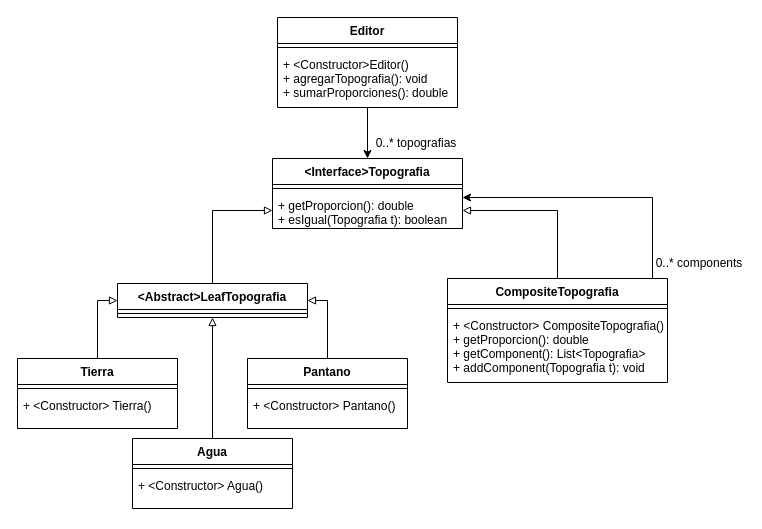
joakospinelli/oo2 keeps this draw.io diagram as page "Page-1" (1 of 3) of Practica/uml/practica_2/uml.drawio. Above is the earlier version. Source tidied: cells renumbered, new cells numbered last; positions are measured from the earlier drawing's top-left corner, leaving out a move shared by most shapes. Both pictures are drawn from the tidied source at 100%, with x=0, y=0 at pixel (17, 17).
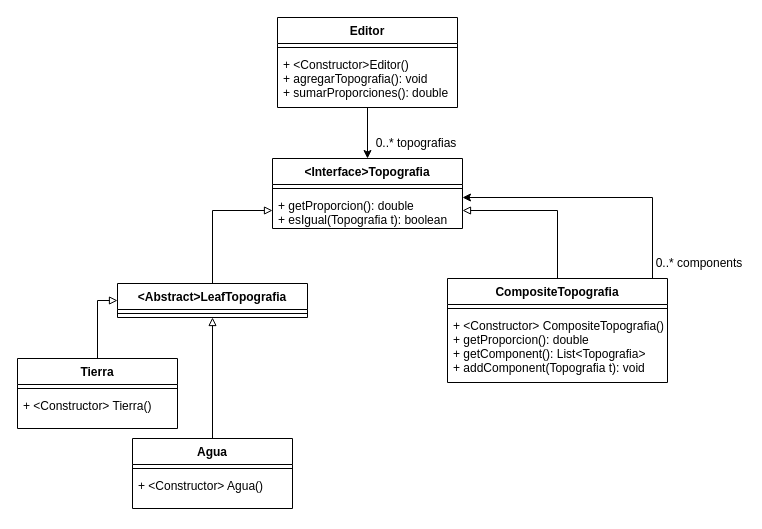
The same diagram, later.

Unchanged cells that the change refers to:
```xml
<mxCell id="11" value="&lt;Abstract&gt;LeafTopografia" style="swimlane;fontStyle=1;align=center;verticalAlign=top;horizontal=1;startSize=26;" parent="1" vertex="1">
  <mxGeometry x="100" y="266" width="190" height="34" as="geometry" />
</mxCell>
```

Change to the diagram source:
```diff
@@
-    <mxCell id="27" style="edgeStyle=orthogonalEdgeStyle;rounded=0;jettySize=auto;html=1;entryX=1;entryY=0.5;entryDx=0;entryDy=0;endArrow=block;endFill=0;" parent="1" edge="1" source="28" target="11">
-      <mxGeometry relative="1" as="geometry" />
-    </mxCell>
-    <mxCell id="28" value="Pantano" style="swimlane;fontStyle=1;align=center;verticalAlign=top;horizontal=1;startSize=26;" parent="1" vertex="1">
-      <mxGeometry x="230" y="341" width="160" height="70" as="geometry" />
-    </mxCell>
-    <mxCell id="29" style="line;strokeWidth=1;fillColor=none;align=left;verticalAlign=middle;spacingTop=-1;spacingLeft=3;spacingRight=3;labelPosition=right;" parent="28" vertex="1">
-      <mxGeometry y="26" width="160" height="8" as="geometry" />
-    </mxCell>
-    <mxCell id="30" value="+ &lt;Constructor&gt; Pantano()" style="text;strokeColor=none;fillColor=none;align=left;verticalAlign=top;spacingLeft=4;spacingRight=4;overflow=hidden;" parent="28" vertex="1">
-      <mxGeometry y="34" width="160" height="36" as="geometry" />
-    </mxCell>
```
